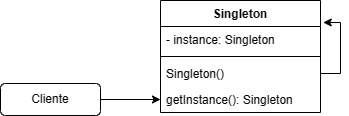
The draw.io diagram padroes-de-projetos/Singleton/UML/SingletonUML.png in MurilowJr/bertoti, before a commit. Source tidied: cells renumbered, new cells last; positions are measured from the earlier drawing's top-left corner, leaving out a move shared by most shapes. Its diagram source:
```xml
<mxGraphModel>
  <root>
    <mxCell id="0" />
    <mxCell id="1" parent="0" />
    <mxCell id="2" value="Singleton" style="swimlane;fontStyle=1;align=center;verticalAlign=top;horizontal=1;startSize=26;whiteSpace=wrap;html=1;" parent="1" vertex="1">
      <mxGeometry x="160" width="160" height="112" as="geometry" />
    </mxCell>
    <mxCell id="3" value="- instance: Singleton" style="text;strokeColor=none;fillColor=none;align=left;verticalAlign=top;spacingLeft=4;spacingRight=4;overflow=hidden;points=[[0,0.5],[1,0.5]];portConstraint=eastwest;whiteSpace=wrap;html=1;" parent="2" vertex="1">
      <mxGeometry y="26" width="160" height="26" as="geometry" />
    </mxCell>
    <mxCell id="4" style="line;strokeWidth=1;fillColor=none;align=left;verticalAlign=middle;spacingTop=-1;spacingLeft=3;spacingRight=3;labelPosition=right;strokeColor=inherit;" parent="2" vertex="1">
      <mxGeometry y="52" width="160" height="8" as="geometry" />
    </mxCell>
    <mxCell id="5" value="Singleton()" style="text;strokeColor=none;fillColor=none;align=left;verticalAlign=top;spacingLeft=4;spacingRight=4;overflow=hidden;points=[[0,0.5],[1,0.5]];portConstraint=eastwest;whiteSpace=wrap;html=1;" parent="2" vertex="1">
      <mxGeometry y="60" width="160" height="26" as="geometry" />
    </mxCell>
    <mxCell id="6" value="getInstance(): Singleton" style="text;strokeColor=none;fillColor=none;align=left;verticalAlign=top;spacingLeft=4;spacingRight=4;overflow=hidden;points=[[0,0.5],[1,0.5]];portConstraint=eastwest;whiteSpace=wrap;html=1;" parent="2" vertex="1">
      <mxGeometry y="86" width="160" height="26" as="geometry" />
    </mxCell>
    <mxCell id="7" style="edgeStyle=orthogonalEdgeStyle;rounded=0;jettySize=auto;html=1;exitX=1;exitY=0.5;exitDx=0;exitDy=0;entryX=1.017;entryY=-0.154;entryDx=0;entryDy=0;entryPerimeter=0;" parent="2" edge="1" source="5" target="3">
      <mxGeometry relative="1" as="geometry" />
    </mxCell>
    <mxCell id="8" style="edgeStyle=orthogonalEdgeStyle;rounded=0;jettySize=auto;html=1;exitX=1;exitY=0.5;exitDx=0;exitDy=0;entryX=0;entryY=0.5;entryDx=0;entryDy=0;" parent="1" edge="1" source="9" target="6">
      <mxGeometry relative="1" as="geometry" />
    </mxCell>
    <mxCell id="9" value="Cliente" style="rounded=1;whiteSpace=wrap;html=1;" parent="1" vertex="1">
      <mxGeometry y="83" width="100" height="32" as="geometry" />
    </mxCell>
  </root>
</mxGraphModel>
```
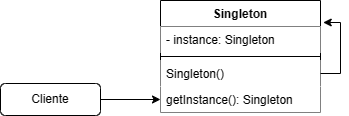
After the change.

Commit message:
UML Singleton

Diff of the diagram source:
```diff
@@ -5,16 +5,16 @@
     <mxCell id="2" value="Singleton" style="swimlane;fontStyle=1;align=center;verticalAlign=top;horizontal=1;startSize=26;whiteSpace=wrap;html=1;" parent="1" vertex="1">
       <mxGeometry x="160" width="160" height="112" as="geometry" />
     </mxCell>
-    <mxCell id="3" value="- instance: Singleton" style="text;strokeColor=none;fillColor=none;align=left;verticalAlign=top;spacingLeft=4;spacingRight=4;overflow=hidden;points=[[0,0.5],[1,0.5]];portConstraint=eastwest;whiteSpace=wrap;html=1;" parent="2" vertex="1">
+    <mxCell id="3" value="- instance: Singleton" style="text;strokeColor=none;fillColor=default;align=left;verticalAlign=top;spacingLeft=4;spacingRight=4;overflow=hidden;points=[[0,0.5],[1,0.5]];portConstraint=eastwest;whiteSpace=wrap;html=1;" parent="2" vertex="1">
       <mxGeometry y="26" width="160" height="26" as="geometry" />
     </mxCell>
     <mxCell id="4" style="line;strokeWidth=1;fillColor=none;align=left;verticalAlign=middle;spacingTop=-1;spacingLeft=3;spacingRight=3;labelPosition=right;strokeColor=inherit;" parent="2" vertex="1">
       <mxGeometry y="52" width="160" height="8" as="geometry" />
     </mxCell>
-    <mxCell id="5" value="Singleton()" style="text;strokeColor=none;fillColor=none;align=left;verticalAlign=top;spacingLeft=4;spacingRight=4;overflow=hidden;points=[[0,0.5],[1,0.5]];portConstraint=eastwest;whiteSpace=wrap;html=1;" parent="2" vertex="1">
+    <mxCell id="5" value="Singleton()" style="text;strokeColor=none;fillColor=default;align=left;verticalAlign=top;spacingLeft=4;spacingRight=4;overflow=hidden;points=[[0,0.5],[1,0.5]];portConstraint=eastwest;whiteSpace=wrap;html=1;" parent="2" vertex="1">
       <mxGeometry y="60" width="160" height="26" as="geometry" />
     </mxCell>
-    <mxCell id="6" value="getInstance(): Singleton" style="text;strokeColor=none;fillColor=none;align=left;verticalAlign=top;spacingLeft=4;spacingRight=4;overflow=hidden;points=[[0,0.5],[1,0.5]];portConstraint=eastwest;whiteSpace=wrap;html=1;" parent="2" vertex="1">
+    <mxCell id="6" value="getInstance(): Singleton" style="text;strokeColor=none;fillColor=default;align=left;verticalAlign=top;spacingLeft=4;spacingRight=4;overflow=hidden;points=[[0,0.5],[1,0.5]];portConstraint=eastwest;whiteSpace=wrap;html=1;" parent="2" vertex="1">
       <mxGeometry y="86" width="160" height="26" as="geometry" />
     </mxCell>
     <mxCell id="7" style="edgeStyle=orthogonalEdgeStyle;rounded=0;jettySize=auto;html=1;exitX=1;exitY=0.5;exitDx=0;exitDy=0;entryX=1.017;entryY=-0.154;entryDx=0;entryDy=0;entryPerimeter=0;" parent="2" edge="1" source="5" target="3">
```
